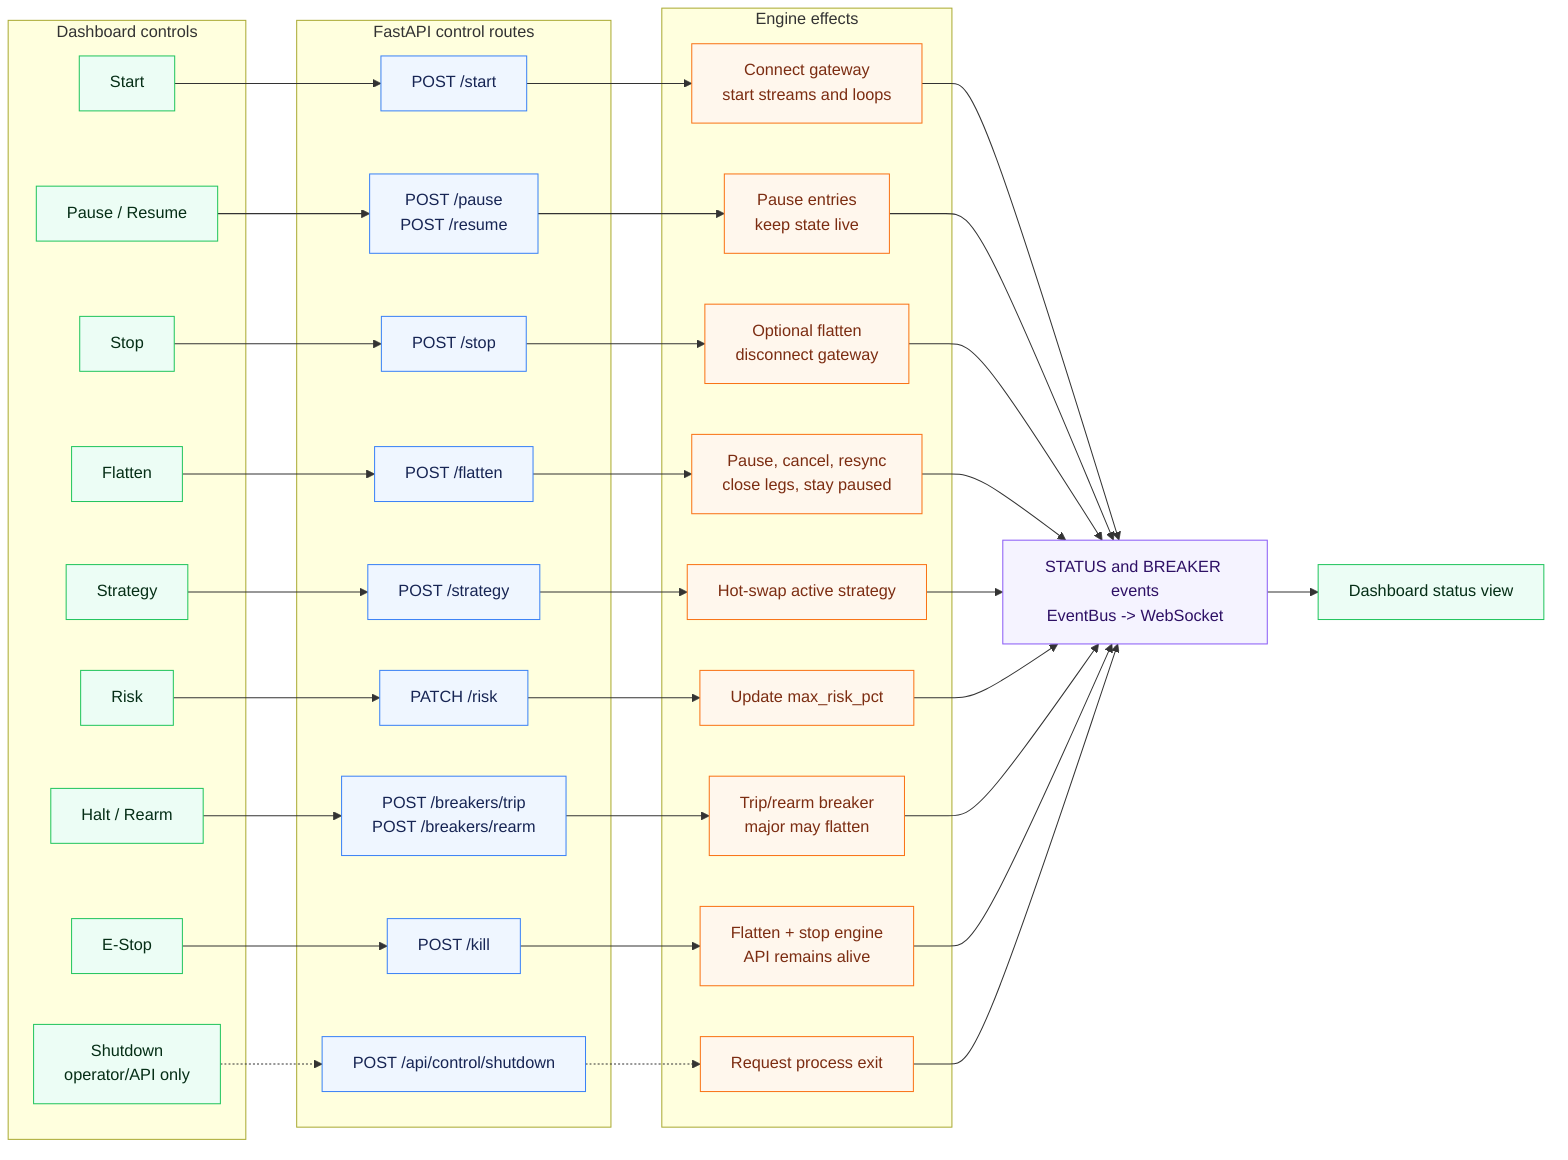
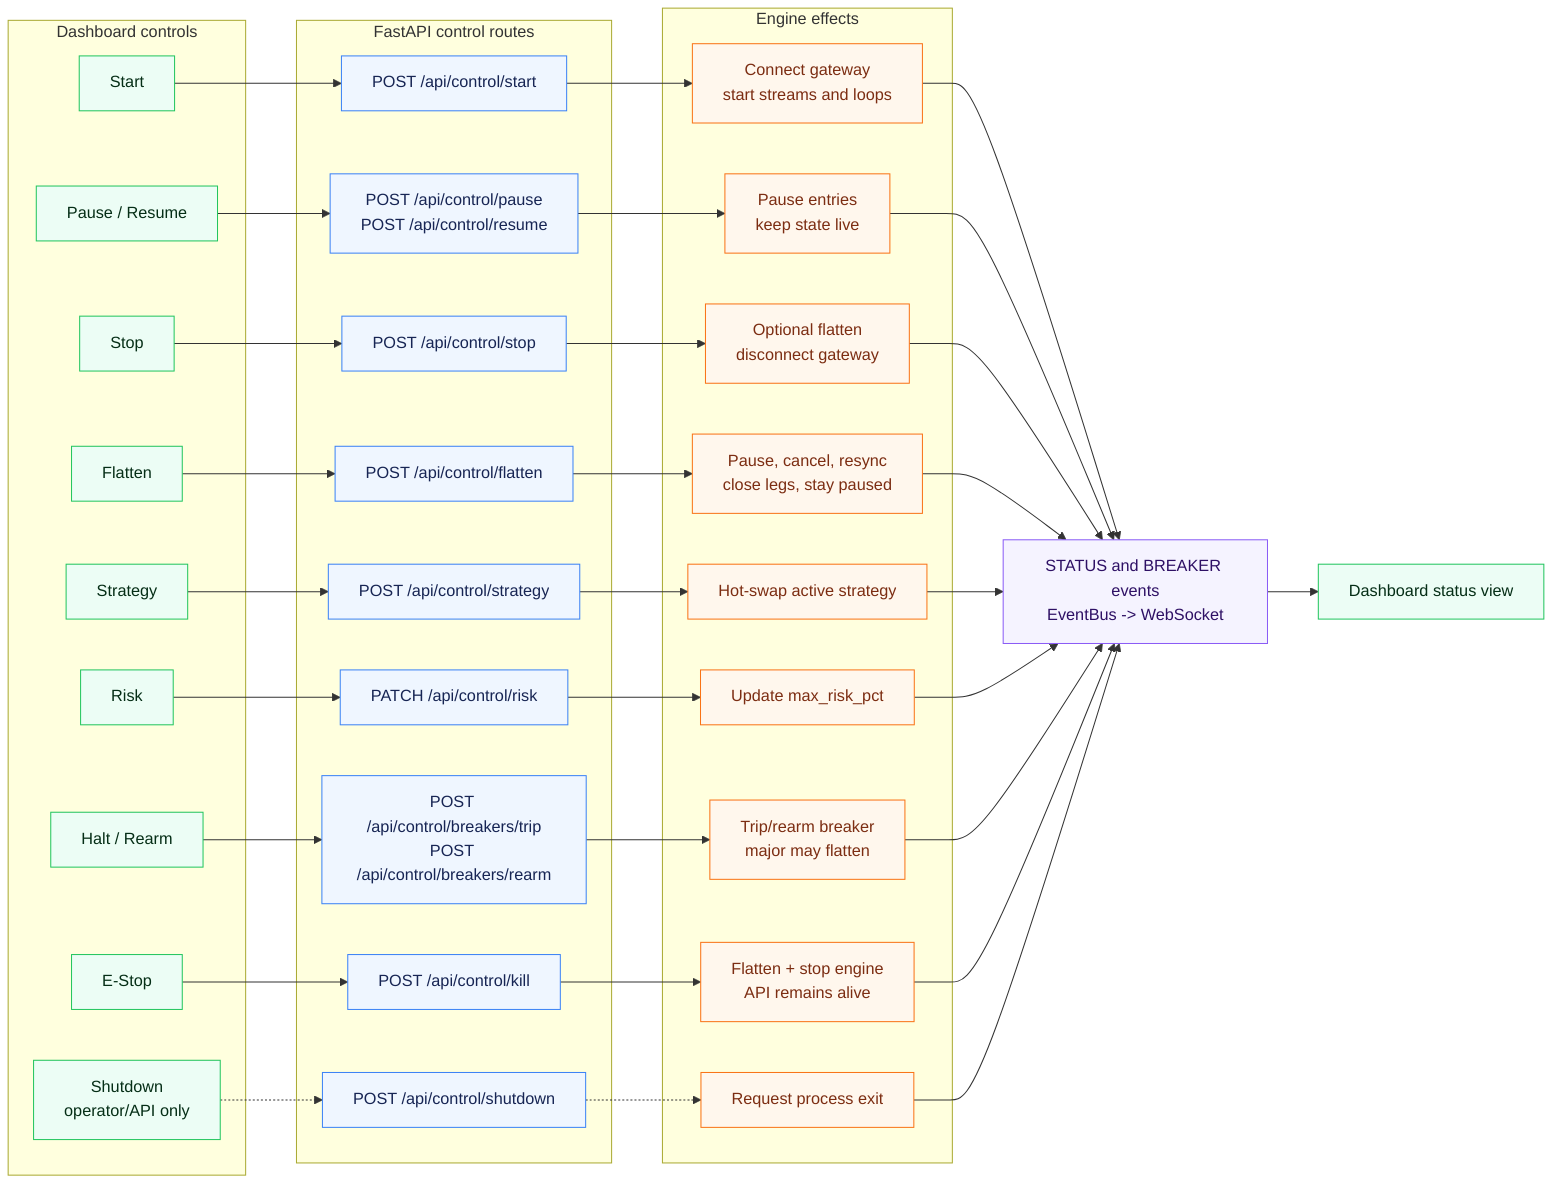
%% Operator control plane - dashboard actions to engine effects
flowchart LR
    subgraph UI["Dashboard controls"]
        START["Start"]
        PAUSE["Pause / Resume"]
        STOP["Stop"]
        FLATTEN["Flatten"]
        STRATEGY["Strategy"]
        RISK["Risk"]
        HALT["Halt / Rearm"]
        KILL["E-Stop"]
        SHUTDOWN["Shutdown<br/>operator/API only"]
    end

    subgraph API["FastAPI control routes"]
-         CSTART["POST /start"]
-         CPAUSE["POST /pause<br/>POST /resume"]
-         CSTOP["POST /stop"]
-         CFLAT["POST /flatten"]
-         CSTRAT["POST /strategy"]
-         CRISK["PATCH /risk"]
-         CBREAK["POST /breakers/trip<br/>POST /breakers/rearm"]
-         CKILL["POST /kill"]
+         CSTART["POST /api/control/start"]
+         CPAUSE["POST /api/control/pause<br/>POST /api/control/resume"]
+         CSTOP["POST /api/control/stop"]
+         CFLAT["POST /api/control/flatten"]
+         CSTRAT["POST /api/control/strategy"]
+         CRISK["PATCH /api/control/risk"]
+         CBREAK["POST /api/control/breakers/trip<br/>POST /api/control/breakers/rearm"]
+         CKILL["POST /api/control/kill"]
        CSHUT["POST /api/control/shutdown"]
    end

    subgraph Engine["Engine effects"]
        ESTART["Connect gateway<br/>start streams and loops"]
        EPAUSE["Pause entries<br/>keep state live"]
        ESTOP["Optional flatten<br/>disconnect gateway"]
        EFLAT["Pause, cancel, resync<br/>close legs, stay paused"]
        ESTRAT["Hot-swap active strategy"]
        ERISK["Update max_risk_pct"]
        EBREAK["Trip/rearm breaker<br/>major may flatten"]
        EKILL["Flatten + stop engine<br/>API remains alive"]
        ESHUT["Request process exit"]
    end

    START --> CSTART --> ESTART
    PAUSE --> CPAUSE --> EPAUSE
    STOP --> CSTOP --> ESTOP
    FLATTEN --> CFLAT --> EFLAT
    STRATEGY --> CSTRAT --> ESTRAT
    RISK --> CRISK --> ERISK
    HALT --> CBREAK --> EBREAK
    KILL --> CKILL --> EKILL
    SHUTDOWN -.-> CSHUT -.-> ESHUT

    STATUS["STATUS and BREAKER events<br/>EventBus -> WebSocket"]
    ESTART --> STATUS
    EPAUSE --> STATUS
    ESTOP --> STATUS
    EFLAT --> STATUS
    ESTRAT --> STATUS
    ERISK --> STATUS
    EBREAK --> STATUS
    EKILL --> STATUS
    ESHUT --> STATUS
    STATUS --> DASH["Dashboard status view"]

    classDef ui fill:#ecfdf5,stroke:#22c55e,color:#052e16
    classDef api fill:#eff6ff,stroke:#3b82f6,color:#172554
    classDef engine fill:#fff7ed,stroke:#f97316,color:#7c2d12
    classDef status fill:#f5f3ff,stroke:#8b5cf6,color:#2e1065

    class START,PAUSE,STOP,FLATTEN,STRATEGY,RISK,HALT,KILL,SHUTDOWN,DASH ui
    class CSTART,CPAUSE,CSTOP,CFLAT,CSTRAT,CRISK,CBREAK,CKILL,CSHUT api
    class ESTART,EPAUSE,ESTOP,EFLAT,ESTRAT,ERISK,EBREAK,EKILL,ESHUT engine
    class STATUS status
